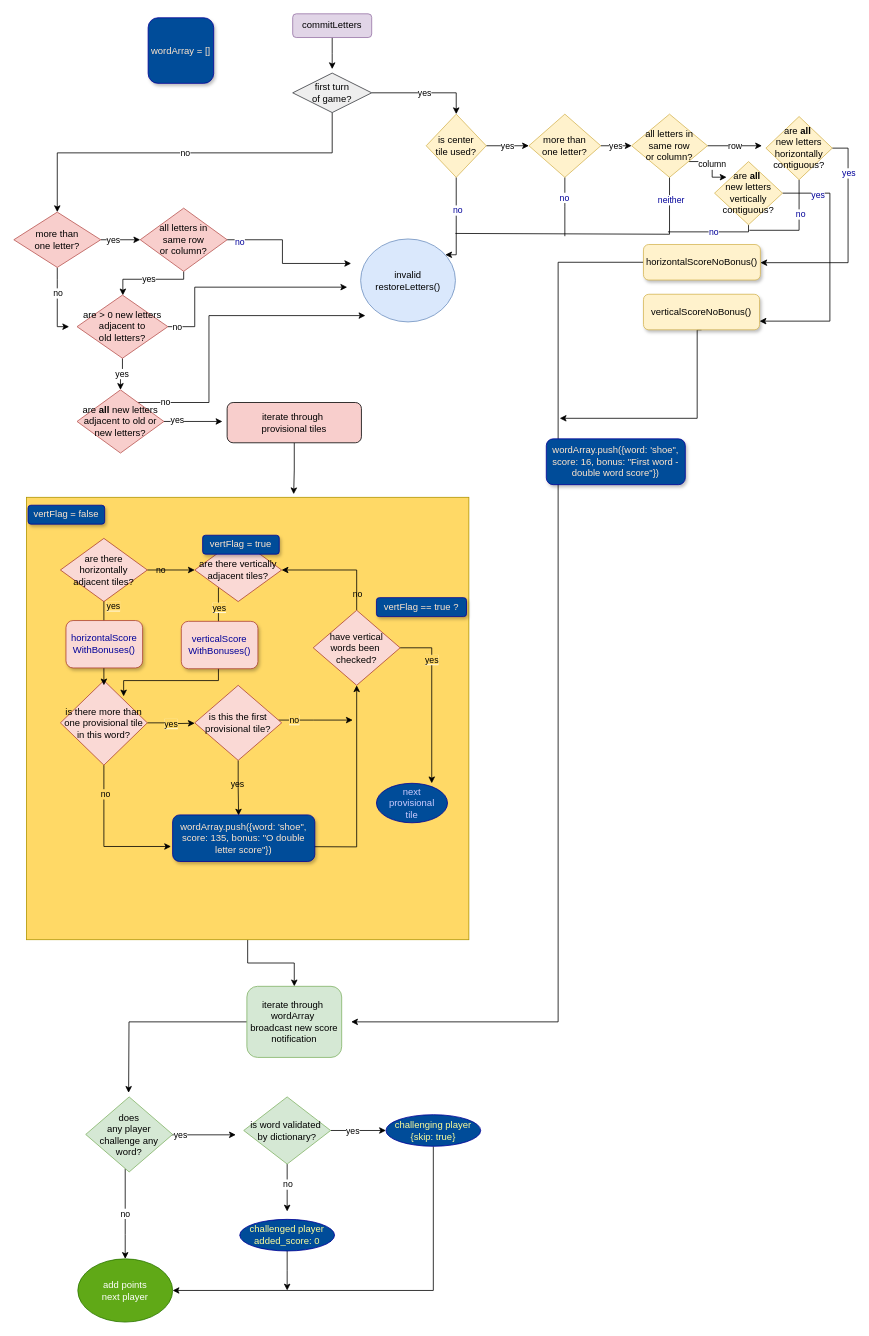
Above: scrooble_scoring.drawio in davebenjoya/scrooble (draw.io), before the change. Source tidied: cells renumbered, new cells numbered last; positions are measured from the earlier drawing's top-left corner, leaving out a move shared by most shapes. Both pictures are drawn from the tidied source at 79%, with x=0, y=0 at pixel (13, 13).
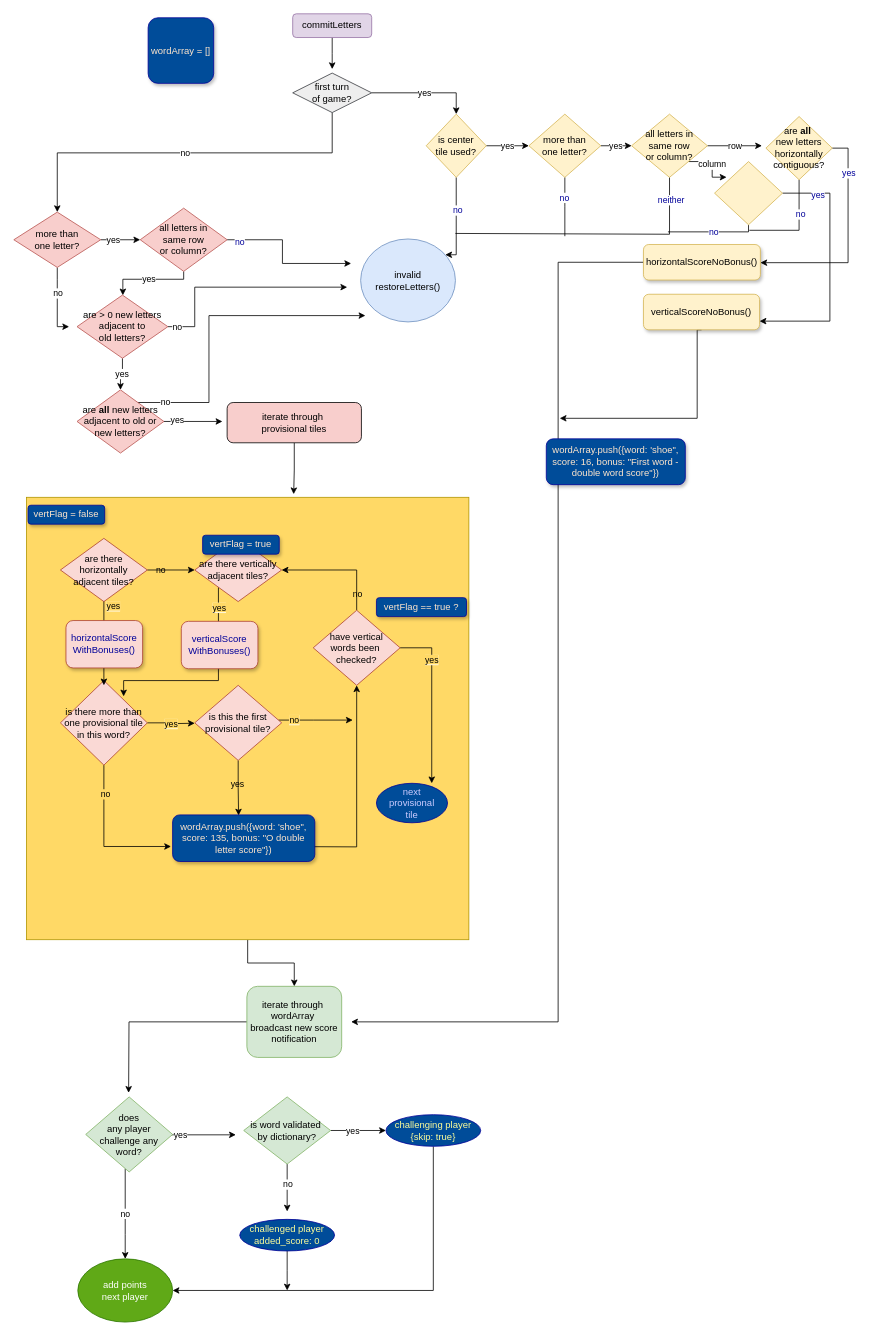
The same diagram, later.

The edit, as a diff of the source:
```diff
@@
-    <mxCell id="42" value="are&amp;nbsp;&lt;b&gt;all&lt;/b&gt;&amp;nbsp;&lt;br&gt;new letters&lt;br&gt;vertically&lt;br&gt;contiguous?" style="rhombus;whiteSpace=wrap;html=1;fillColor=#fff2cc;strokeColor=#d6b656;" parent="1" vertex="1">
+    <mxCell id="42" value="&amp;nbsp;" style="rhombus;whiteSpace=wrap;html=1;fillColor=#fff2cc;strokeColor=#d6b656;" parent="1" vertex="1">
       <mxGeometry x="887" y="187" width="86" height="80" as="geometry" />
     </mxCell>
```
